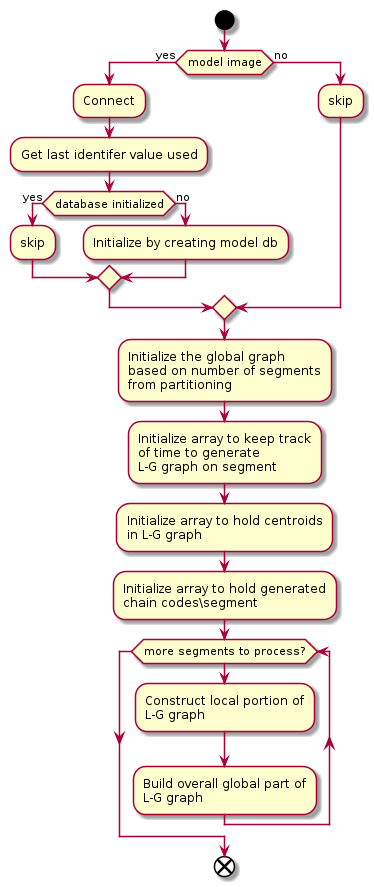
mrobbeloth/obstruction keeps this PlantUML diagram as docs/lgalgorithm_activity_diagram.png. Above is the earlier version. The source it was exported from:
```plantuml
@startuml

start

if (model image) then (yes)
   :Connect;
   :Get last identifer value used;
   if (database initialized) then (yes)
      :skip;
   else (no)
      :Initialize by creating model db;
   endif
else (no)
   :skip;
endif
:Initialize the global graph\nbased on number of segments\nfrom partitioning;
:Initialize array to keep track\nof time to generate\nL-G graph on segment;
:Initialize array to hold centroids\nin L-G graph;
:Initialize array to hold generated\nchain codes\segment;
while (more segments to process?)
   :Construct local portion of\nL-G graph;
   :Build overall global part of\nL-G graph;
endwhile
end
@enduml
```
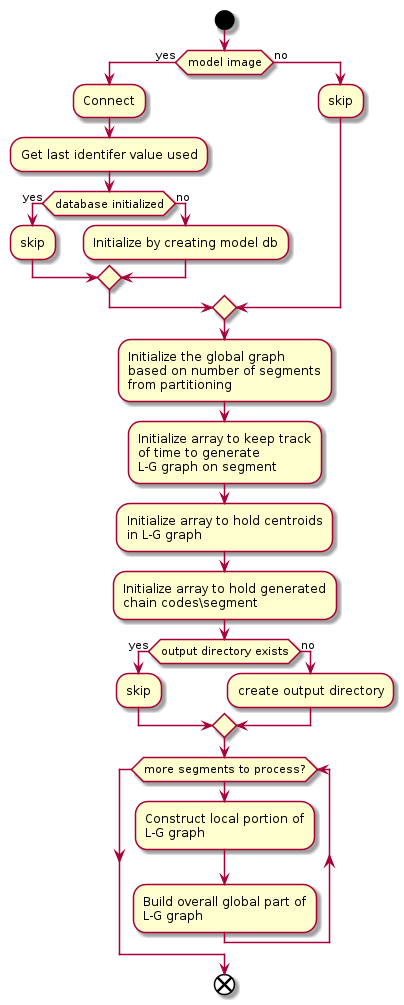
Later version of the same file.

Commit message:
Move check for output directory to before main lg algorithm loop; add activity diagram on local construction in l-g algorithm

Change to the diagram source:
```diff
@@ -13,13 +13,22 @@
 else (no)
    :skip;
 endif
+
 :Initialize the global graph\nbased on number of segments\nfrom partitioning;
 :Initialize array to keep track\nof time to generate\nL-G graph on segment;
 :Initialize array to hold centroids\nin L-G graph;
 :Initialize array to hold generated\nchain codes\segment;
+
+if (output directory exists) then (yes)
+   :skip;
+else (no)
+   :create output directory;
+endif
+
 while (more segments to process?)
    :Construct local portion of\nL-G graph;
    :Build overall global part of\nL-G graph;
 endwhile
+
 end
 @enduml
```
